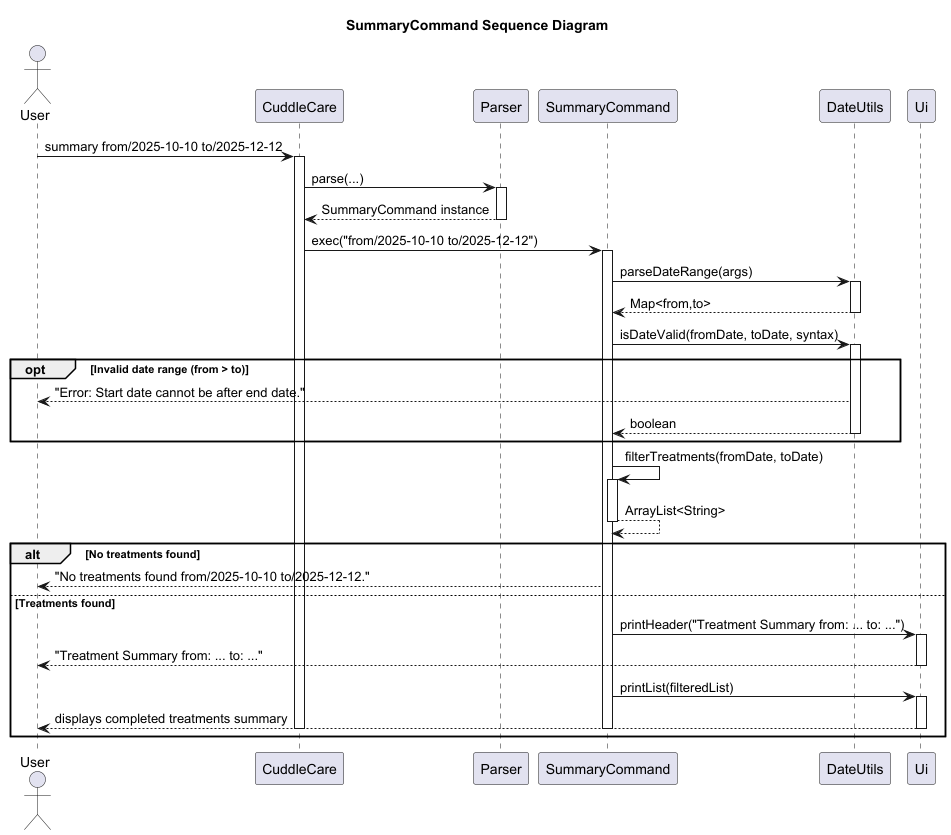
Above: docs/diagrams/SummaryCommand_Sequence_Diagram.png in Kevin88866/tp (PlantUML), before the change. Its diagram source:
```plantuml
@startuml
title SummaryCommand Sequence Diagram

actor User
participant "CuddleCare" as CuddleCare
participant "Parser" as Parser
participant "SummaryCommand" as Command
participant "DateUtils" as DateUtils
participant "Ui" as Ui


User -> CuddleCare: summary from/2025-10-10 to/2025-12-12
activate CuddleCare

CuddleCare -> Parser: parse(...)
activate Parser
Parser --> CuddleCare: SummaryCommand instance
deactivate Parser

CuddleCare -> Command: exec("from/2025-10-10 to/2025-12-12")
activate Command


Command -> DateUtils: parseDateRange(args)
activate DateUtils
DateUtils --> Command: Map<from,to>
deactivate DateUtils


Command -> DateUtils: isDateValid(fromDate, toDate, syntax)
activate DateUtils
opt Invalid date range (from > to)
    DateUtils --> User: "Error: Start date cannot be after end date."
    DateUtils --> Command: boolean
    deactivate DateUtils
end

Command -> Command: filterTreatments(fromDate, toDate)
activate Command
Command --> Command: ArrayList<String>
deactivate Command


alt No treatments found
    Command --> User: "No treatments found from/2025-10-10 to/2025-12-12."
else Treatments found
    Command -> Ui: printHeader("Treatment Summary from: ... to: ...")
    activate Ui
    Ui --> User: "Treatment Summary from: ... to: ..."
    deactivate Ui
    Command -> Ui: printList(filteredList)
    activate Ui
    Ui --> User: displays completed treatments summary
    deactivate Ui
    deactivate Command
    deactivate CuddleCare
end
@enduml
```
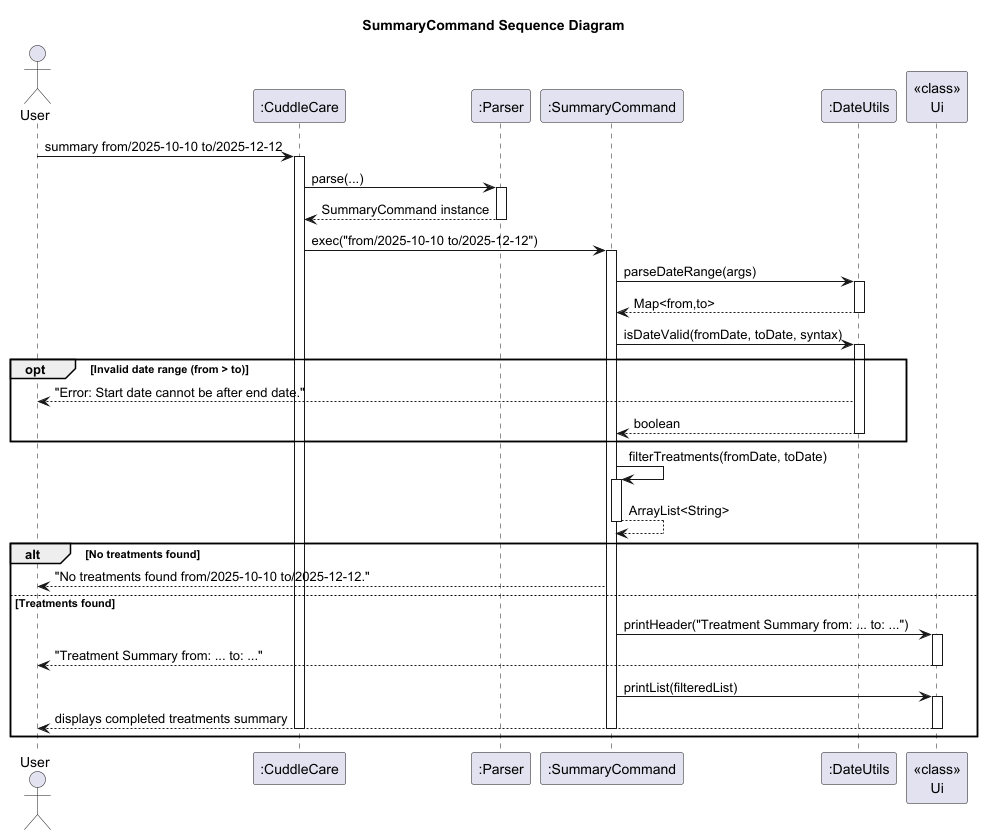
After the commit.

Commit message:
Update sequence diagram for SummaryCommand

The edit, as a diff of the source:
```diff
@@ -2,11 +2,11 @@
 title SummaryCommand Sequence Diagram
 
 actor User
-participant "CuddleCare" as CuddleCare
-participant "Parser" as Parser
-participant "SummaryCommand" as Command
-participant "DateUtils" as DateUtils
-participant "Ui" as Ui
+participant ":CuddleCare" as CuddleCare
+participant ":Parser" as Parser
+participant ":SummaryCommand" as Command
+participant ":DateUtils" as DateUtils
+participant "<<class>>\nUi" as Ui
 
 
 User -> CuddleCare: summary from/2025-10-10 to/2025-12-12
```
